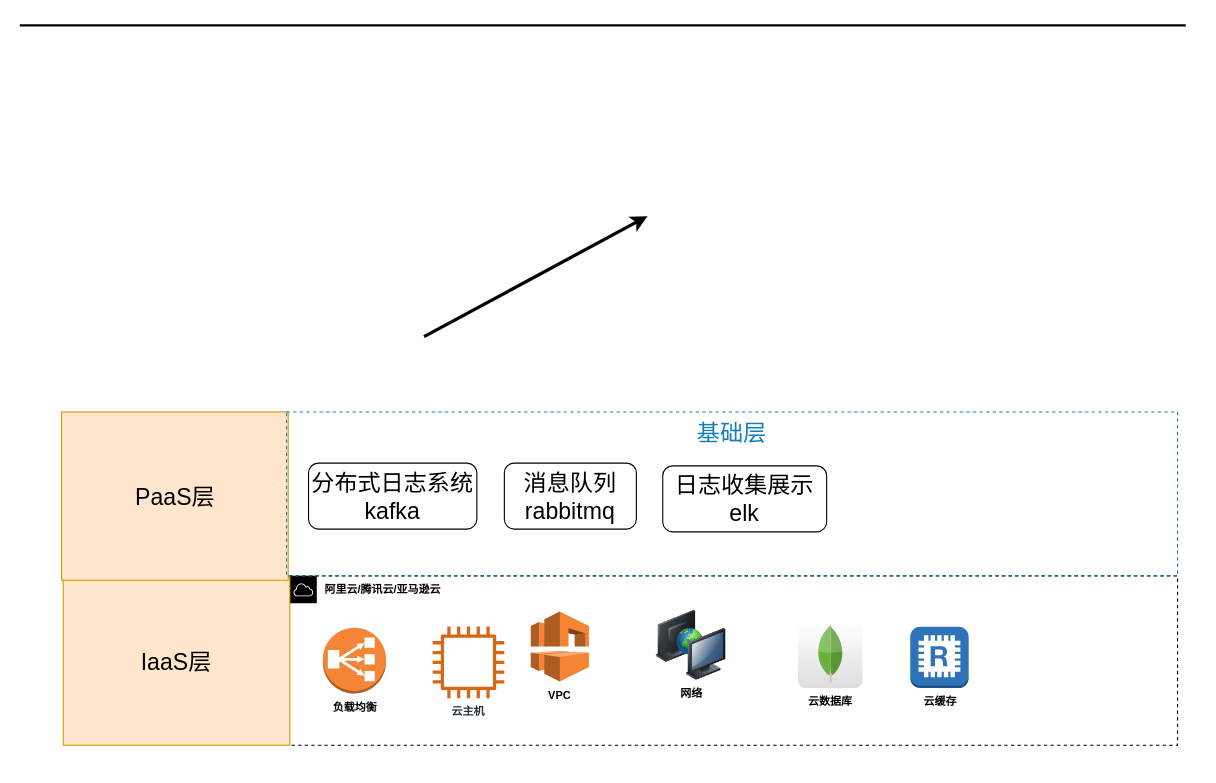
jimmy0/chart keeps this draw.io diagram as cloud_layer.drawio. Above is the earlier version. Source tidied: cells renumbered, new cells numbered last; positions are measured from the earlier drawing's top-left corner, leaving out a move shared by most shapes. Both pictures are drawn from the tidied source at 110%, with x=0, y=0 at pixel (19, 20). Pictures stored in the file or linked from it are replaced by grey dashed boxes.
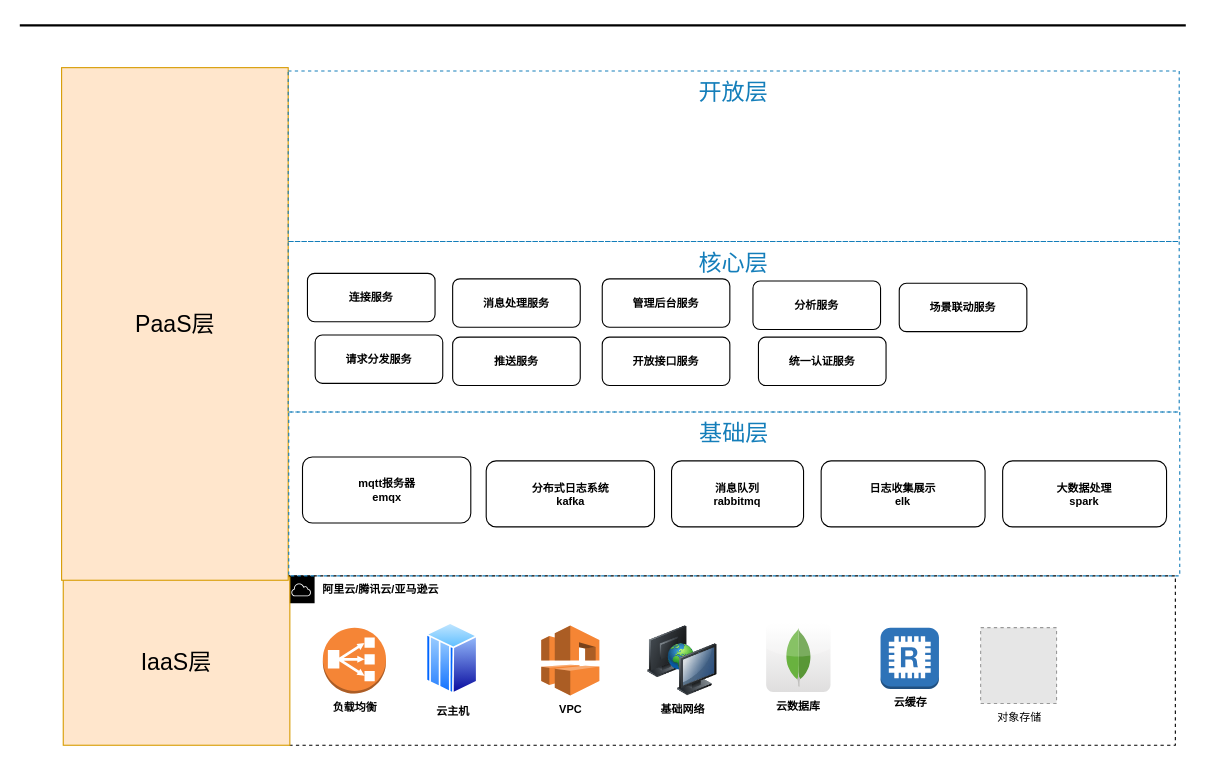
After the change.

What changed in the source:
```diff
@@
     <mxCell id="2" value="阿里云/腾讯云/亚马逊云" style="points=[[0,0],[0.25,0],[0.5,0],[0.75,0],[1,0],[1,0.25],[1,0.5],[1,0.75],[1,1],[0.75,1],[0.5,1],[0.25,1],[0,1],[0,0.75],[0,0.5],[0,0.25]];outlineConnect=0;html=1;whiteSpace=wrap;fontSize=10;fontStyle=1;shape=mxgraph.aws4.group;grIcon=mxgraph.aws4.group_aws_cloud;verticalAlign=top;align=left;spacingLeft=30;dashed=1;" parent="1" vertex="1">
-      <mxGeometry x="245.5" y="505" width="807.5" height="154" as="geometry" />
+      <mxGeometry x="243.5" y="505" width="807.5" height="154" as="geometry" />
     </mxCell>
@@
-    <mxCell id="5" value="云主机" style="fontColor=#232F3E;gradientColor=none;fillColor=#D86613;strokeColor=none;dashed=0;verticalLabelPosition=bottom;verticalAlign=top;align=center;html=1;fontSize=10;fontStyle=1;shape=mxgraph.aws4.instance2;" parent="1" vertex="1">
-      <mxGeometry x="375.8" y="551" width="65.2" height="65.2" as="geometry" />
-    </mxCell>
-    <mxCell id="6" style="rounded=0;orthogonalLoop=1;jettySize=auto;html=1;entryX=0;entryY=0.5;entryDx=0;entryDy=0;fontColor=#212121;fontStyle=1;strokeWidth=3;" parent="1" edge="1">
-      <mxGeometry relative="1" as="geometry">
-        <mxPoint x="368" y="287.5" as="sourcePoint" />
-        <mxPoint x="571.2" y="178" as="targetPoint" />
-      </mxGeometry>
-    </mxCell>
     <mxCell id="7" value="&lt;font color=&quot;#000000&quot; style=&quot;font-size: 10px;&quot;&gt;云缓存&lt;/font&gt;" style="dashed=0;verticalLabelPosition=bottom;verticalAlign=top;align=center;html=1;shape=mxgraph.aws3.redis;fillColor=#2E73B8;gradientColor=none;fontColor=#FFFFFF;fontStyle=1;fontSize=10;" parent="1" vertex="1">
-      <mxGeometry x="810" y="551.2" width="53.1" height="55.8" as="geometry" />
+      <mxGeometry x="783" y="552.1" width="53.1" height="55.8" as="geometry" />
     </mxCell>
@@
     <mxCell id="10" value="PaaS层" style="rounded=0;whiteSpace=wrap;html=1;fontSize=21;fillColor=#ffe6cc;strokeColor=#d79b00;" parent="1" vertex="1">
-      <mxGeometry x="38.5" y="356" width="206" height="153" as="geometry" />
+      <mxGeometry x="38.5" y="43" width="206" height="466" as="geometry" />
     </mxCell>
     <mxCell id="11" value="基础层" style="fillColor=none;strokeColor=#147EBA;dashed=1;verticalAlign=top;fontStyle=0;fontColor=#147EBA;fontSize=21;" parent="1" vertex="1">
-      <mxGeometry x="243" y="356" width="810" height="149" as="geometry" />
+      <mxGeometry x="245" y="356" width="810" height="149" as="geometry" />
     </mxCell>
-    <mxCell id="12" value="分布式日志系统&lt;br&gt;kafka" style="rounded=1;whiteSpace=wrap;html=1;fontSize=21;" parent="1" vertex="1">
-      <mxGeometry x="263" y="402.5" width="153" height="60" as="geometry" />
+    <mxCell id="12" value="分布式日志系统&lt;br style=&quot;font-size: 10px;&quot;&gt;kafka" style="rounded=1;whiteSpace=wrap;html=1;fontSize=10;fontStyle=1;" parent="1" vertex="1">
+      <mxGeometry x="424.5" y="400.5" width="153" height="60" as="geometry" />
     </mxCell>
-    <mxCell id="13" value="消息队列&lt;br&gt;rabbitmq" style="rounded=1;whiteSpace=wrap;html=1;fontSize=21;" parent="1" vertex="1">
-      <mxGeometry x="441" y="402.5" width="120" height="60" as="geometry" />
+    <mxCell id="13" value="消息队列&lt;br style=&quot;font-size: 10px;&quot;&gt;rabbitmq" style="rounded=1;whiteSpace=wrap;html=1;fontSize=10;fontStyle=1;" parent="1" vertex="1">
+      <mxGeometry x="593" y="400.5" width="120" height="60" as="geometry" />
     </mxCell>
-    <mxCell id="14" value="日志收集展示&lt;br&gt;elk" style="rounded=1;whiteSpace=wrap;html=1;fontSize=21;" parent="1" vertex="1">
-      <mxGeometry x="585" y="405" width="149" height="60" as="geometry" />
+    <mxCell id="14" value="日志收集展示&lt;br style=&quot;font-size: 10px;&quot;&gt;elk" style="rounded=1;whiteSpace=wrap;html=1;fontSize=10;fontStyle=1;" parent="1" vertex="1">
+      <mxGeometry x="729" y="400.5" width="149" height="60" as="geometry" />
     </mxCell>
     <mxCell id="15" value="云数据库" style="dashed=0;html=1;align=center;labelPosition=center;verticalLabelPosition=bottom;verticalAlign=top;shape=mxgraph.webicons.mongodb;gradientColor=#DFDEDE;fontSize=10;fontStyle=1;" parent="1" vertex="1">
-      <mxGeometry x="708" y="544" width="58.5" height="63" as="geometry" />
+      <mxGeometry x="679" y="547.6" width="58.5" height="63" as="geometry" />
     </mxCell>
     <mxCell id="16" value="VPC" style="dashed=0;verticalLabelPosition=bottom;verticalAlign=top;align=center;html=1;shape=mxgraph.aws3.vpc;fillColor=#F58534;gradientColor=none;fontSize=10;fontStyle=1;" parent="1" vertex="1">
-      <mxGeometry x="465" y="537.5" width="52.9" height="63.5" as="geometry" />
+      <mxGeometry x="474.5" y="550.2" width="52.9" height="63.5" as="geometry" />
     </mxCell>
@@
-    <mxCell id="18" value="网络" style="image;html=1;image=img/lib/clip_art/computers/Network_2_128x128.png;fontSize=10;fontStyle=1;" parent="1" vertex="1">
-      <mxGeometry x="579" y="536.4" width="63.6" height="63.6" as="geometry" />
+    <mxCell id="18" value="基础网络" style="image;html=1;image=img/lib/clip_art/computers/Network_2_128x128.png;fontSize=10;fontStyle=1;" parent="1" vertex="1">
+      <mxGeometry x="571" y="550.3" width="63.6" height="63.6" as="geometry" />
     </mxCell>
+    <mxCell id="19" value="对象存储" style="fillColor=#E6E6E6;strokeColor=#999999;dashed=1;html=1;verticalAlign=top;verticalLabelPosition=bottom;labelBackgroundColor=#ffffff;fontSize=10;" parent="1" vertex="1">
+      <mxGeometry x="874" y="552.1" width="69" height="69" as="geometry" />
+    </mxCell>
+    <mxCell id="20" value="mqtt报务器&lt;br&gt;emqx" style="rounded=1;whiteSpace=wrap;html=1;fontSize=10;fontStyle=1;" parent="1" vertex="1">
+      <mxGeometry x="257.5" y="397" width="153" height="60" as="geometry" />
+    </mxCell>
+    <mxCell id="21" value="核心层" style="fillColor=none;strokeColor=#147EBA;dashed=1;verticalAlign=top;fontStyle=0;fontColor=#147EBA;fontSize=21;" parent="1" vertex="1">
+      <mxGeometry x="244.5" y="201" width="810" height="155" as="geometry" />
+    </mxCell>
+    <mxCell id="5" value="云主机" style="perimeter=ellipsePerimeter;html=1;align=center;shadow=0;dashed=0;spacingTop=3;image;image=img/lib/active_directory/mainframe_host.svg;fontSize=10;fontStyle=1;" parent="1" vertex="1">
+      <mxGeometry x="370" y="547.6" width="47.1" height="65.4" as="geometry" />
+    </mxCell>
+    <mxCell id="22" value="连接服务" style="rounded=1;whiteSpace=wrap;html=1;fontSize=10;fontStyle=1;" parent="1" vertex="1">
+      <mxGeometry x="262" y="230" width="116" height="44" as="geometry" />
+    </mxCell>
+    <mxCell id="23" value="消息处理服务" style="rounded=1;whiteSpace=wrap;html=1;fontSize=10;fontStyle=1;" parent="1" vertex="1">
+      <mxGeometry x="394" y="235" width="116" height="44" as="geometry" />
+    </mxCell>
+    <mxCell id="24" value="管理后台服务" style="rounded=1;whiteSpace=wrap;html=1;fontSize=10;fontStyle=1;" parent="1" vertex="1">
+      <mxGeometry x="530" y="235" width="116" height="44" as="geometry" />
+    </mxCell>
+    <mxCell id="25" value="分析服务" style="rounded=1;whiteSpace=wrap;html=1;fontSize=10;fontStyle=1;" parent="1" vertex="1">
+      <mxGeometry x="667" y="237" width="116" height="44" as="geometry" />
+    </mxCell>
+    <mxCell id="26" value="场景联动服务" style="rounded=1;whiteSpace=wrap;html=1;fontSize=10;fontStyle=1;" parent="1" vertex="1">
+      <mxGeometry x="800" y="239" width="116" height="44" as="geometry" />
+    </mxCell>
+    <mxCell id="27" value="统一认证服务" style="rounded=1;whiteSpace=wrap;html=1;fontSize=10;fontStyle=1;" parent="1" vertex="1">
+      <mxGeometry x="672" y="288" width="116" height="44" as="geometry" />
+    </mxCell>
+    <mxCell id="28" value="请求分发服务" style="rounded=1;whiteSpace=wrap;html=1;fontSize=10;fontStyle=1;" parent="1" vertex="1">
+      <mxGeometry x="269" y="286" width="116" height="44" as="geometry" />
+    </mxCell>
+    <mxCell id="29" value="推送服务" style="rounded=1;whiteSpace=wrap;html=1;fontSize=10;fontStyle=1;" parent="1" vertex="1">
+      <mxGeometry x="394" y="288" width="116" height="44" as="geometry" />
+    </mxCell>
+    <mxCell id="30" value="大数据处理&lt;br&gt;spark" style="rounded=1;whiteSpace=wrap;html=1;fontSize=10;fontStyle=1;" parent="1" vertex="1">
+      <mxGeometry x="894" y="400.5" width="149" height="60" as="geometry" />
+    </mxCell>
+    <mxCell id="31" value="开放接口服务" style="rounded=1;whiteSpace=wrap;html=1;fontSize=10;fontStyle=1;" parent="1" vertex="1">
+      <mxGeometry x="530" y="288" width="116" height="44" as="geometry" />
+    </mxCell>
+    <mxCell id="32" value="开放层" style="fillColor=none;strokeColor=#147EBA;dashed=1;verticalAlign=top;fontStyle=0;fontColor=#147EBA;fontSize=21;" parent="1" vertex="1">
+      <mxGeometry x="244.5" y="46" width="810" height="155" as="geometry" />
+    </mxCell>
```
